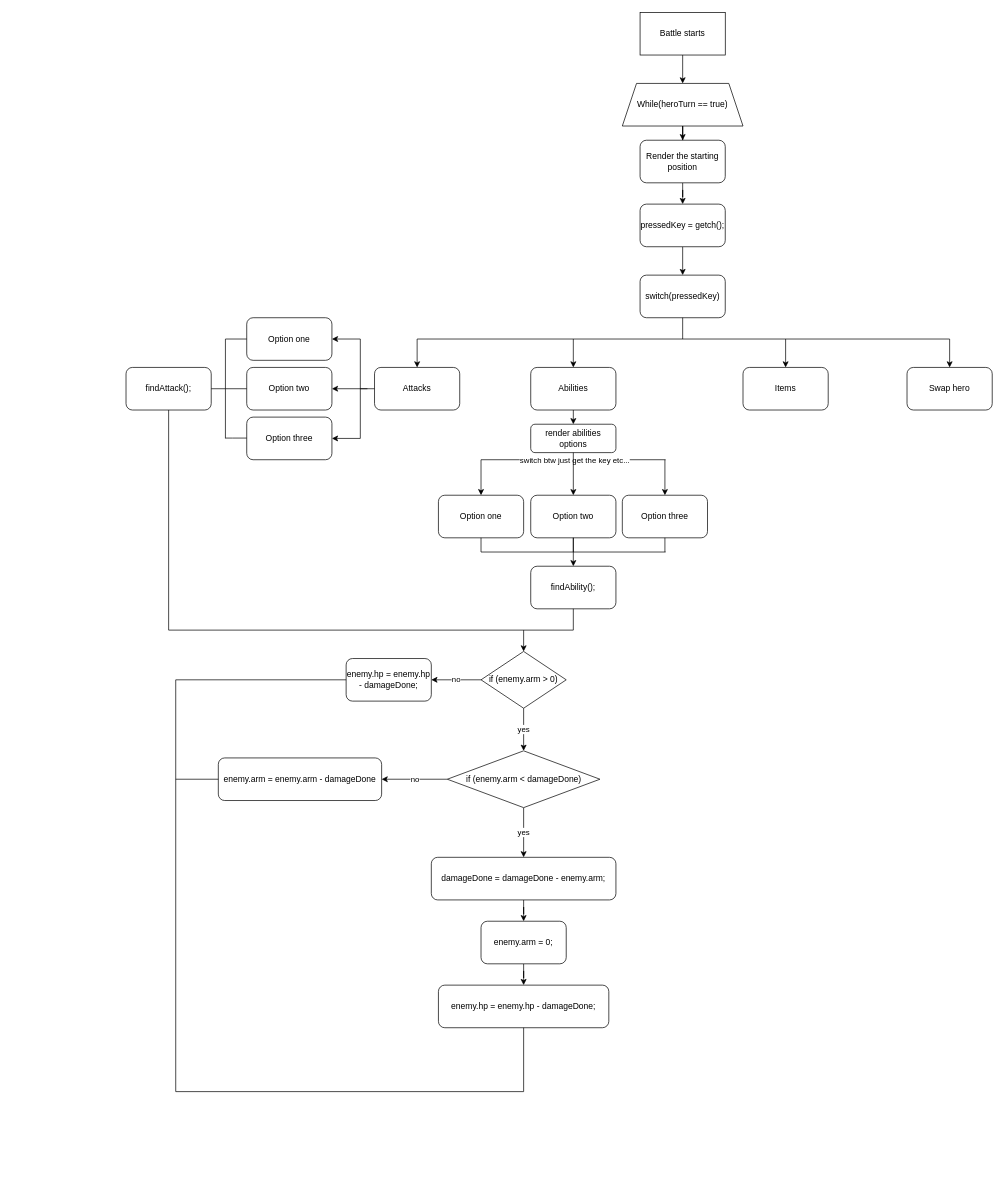
Above: Battle and enemy brain.drawio in MrZahourek/Cyberescape (draw.io), before the change. Source tidied: cells renumbered, new cells numbered last; positions are measured from the earlier drawing's top-left corner, leaving out a move shared by most shapes. Both pictures are drawn from the tidied source at 71%, with x=0, y=0 at pixel (126, 12).
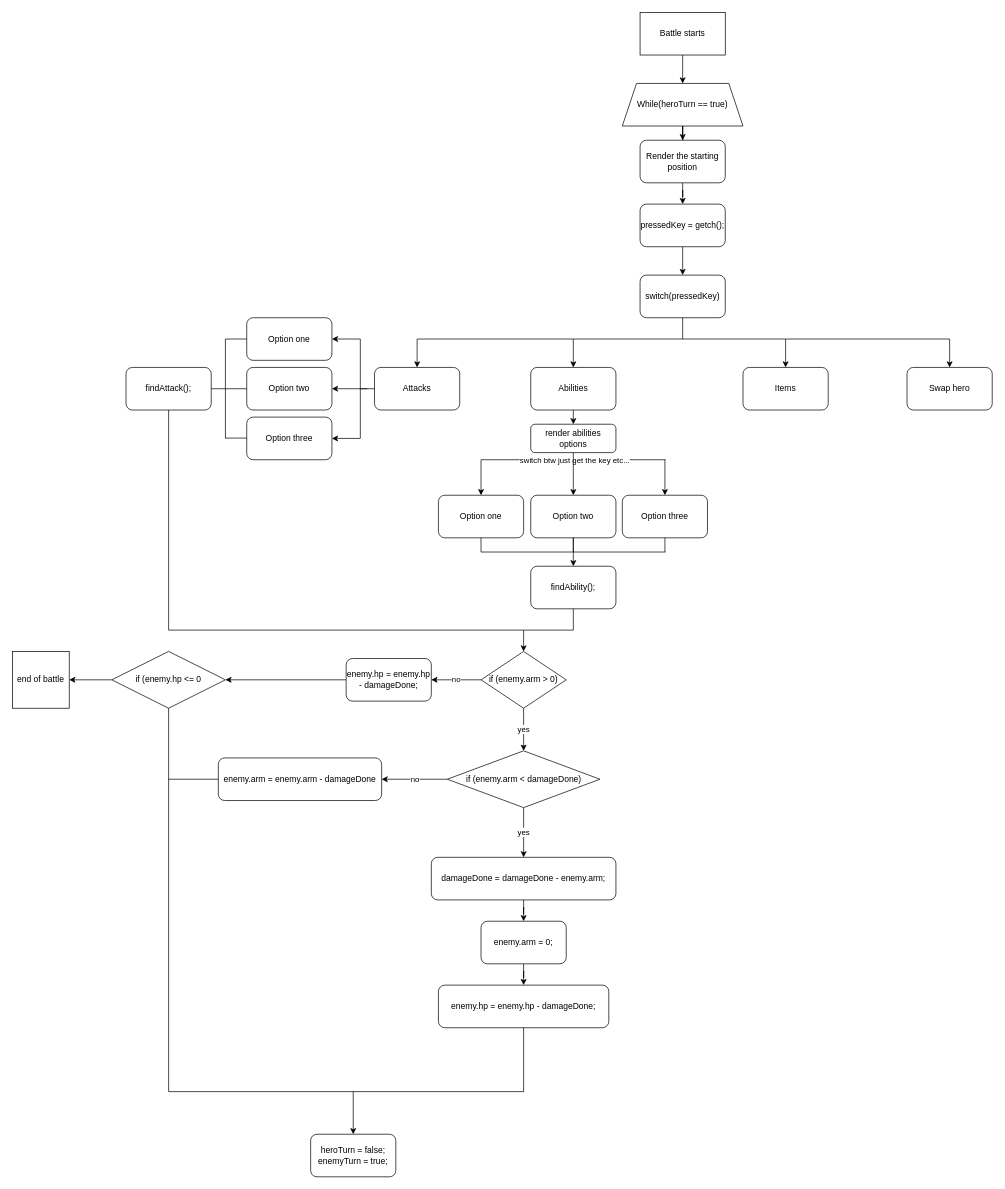
Above is the later version.

Unchanged cells that the change refers to:
```xml
<mxCell id="43" value="enemy.hp = enemy.hp - damageDone;" style="rounded=1;whiteSpace=wrap;html=1;" parent="1" vertex="1">
  <mxGeometry x="310" y="910" width="120" height="60" as="geometry" />
</mxCell>
<mxCell id="50" value="enemy.arm = enemy.arm - damageDone" style="rounded=1;whiteSpace=wrap;html=1;" parent="1" vertex="1">
  <mxGeometry x="130" y="1050" width="230" height="60" as="geometry" />
</mxCell>
```

Change to the diagram source:
```diff
@@
-    <mxCell id="56" style="endArrow=none;html=1;rounded=0;" parent="1" edge="1">
-      <mxGeometry relative="1" as="geometry">
-        <mxPoint x="70" y="1520" as="sourcePoint" />
-        <mxPoint x="70" y="940" as="targetPoint" />
-      </mxGeometry>
-    </mxCell>
     <mxCell id="57" style="endArrow=none;html=1;rounded=0;" parent="1" edge="1">
       <mxGeometry relative="1" as="geometry">
-        <mxPoint x="70" y="1520" as="sourcePoint" />
+        <mxPoint x="60" y="1520" as="sourcePoint" />
         <mxPoint x="560" y="1520" as="targetPoint" />
       </mxGeometry>
     </mxCell>
@@
-    <mxCell id="59" style="endArrow=none;html=1;rounded=0;entryX=0;entryY=0.5;entryDx=0;entryDy=0;" parent="1" edge="1" target="43">
-      <mxGeometry relative="1" as="geometry">
-        <mxPoint x="70" y="940" as="sourcePoint" />
-      </mxGeometry>
-    </mxCell>
     <mxCell id="60" style="endArrow=none;html=1;rounded=0;entryX=0;entryY=0.5;entryDx=0;entryDy=0;" parent="1" edge="1" target="50">
       <mxGeometry relative="1" as="geometry">
-        <mxPoint x="70" y="1080" as="sourcePoint" />
+        <mxPoint x="60" y="1080" as="sourcePoint" />
       </mxGeometry>
     </mxCell>
@@
+    <mxCell id="74" style="edgeStyle=orthogonalEdgeStyle;rounded=0;jettySize=auto;html=1;" parent="1" edge="1" source="75" target="78">
+      <mxGeometry relative="1" as="geometry" />
+    </mxCell>
+    <mxCell id="75" value="if (enemy.hp &amp;lt;= 0" style="rhombus;whiteSpace=wrap;html=1;" parent="1" vertex="1">
+      <mxGeometry x="-20" y="900" width="160" height="80" as="geometry" />
+    </mxCell>
+    <mxCell id="76" style="endArrow=none;html=1;rounded=0;exitX=1;exitY=0.5;exitDx=0;exitDy=0;entryX=0;entryY=0.5;entryDx=0;entryDy=0;startArrow=classic;startFill=1;" parent="1" edge="1" source="75" target="43">
+      <mxGeometry relative="1" as="geometry" />
+    </mxCell>
+    <mxCell id="77" style="endArrow=none;html=1;rounded=0;entryX=0.5;entryY=1;entryDx=0;entryDy=0;" parent="1" edge="1" target="75">
+      <mxGeometry relative="1" as="geometry">
+        <mxPoint x="60" y="1520" as="sourcePoint" />
+      </mxGeometry>
+    </mxCell>
+    <mxCell id="78" value="end of battle" style="whiteSpace=wrap;html=1;" parent="1" vertex="1">
+      <mxGeometry x="-160" y="900" width="80" height="80" as="geometry" />
+    </mxCell>
+    <mxCell id="79" value="heroTurn = false;&lt;br&gt;enemyTurn = true;" style="rounded=1;whiteSpace=wrap;html=1;" parent="1" vertex="1">
+      <mxGeometry x="260" y="1580" width="120" height="60" as="geometry" />
+    </mxCell>
+    <mxCell id="80" style="endArrow=classic;html=1;rounded=0;entryX=0.5;entryY=0;entryDx=0;entryDy=0;" parent="1" edge="1" target="79">
+      <mxGeometry relative="1" as="geometry">
+        <mxPoint x="320" y="1520" as="sourcePoint" />
+      </mxGeometry>
+    </mxCell>
```
